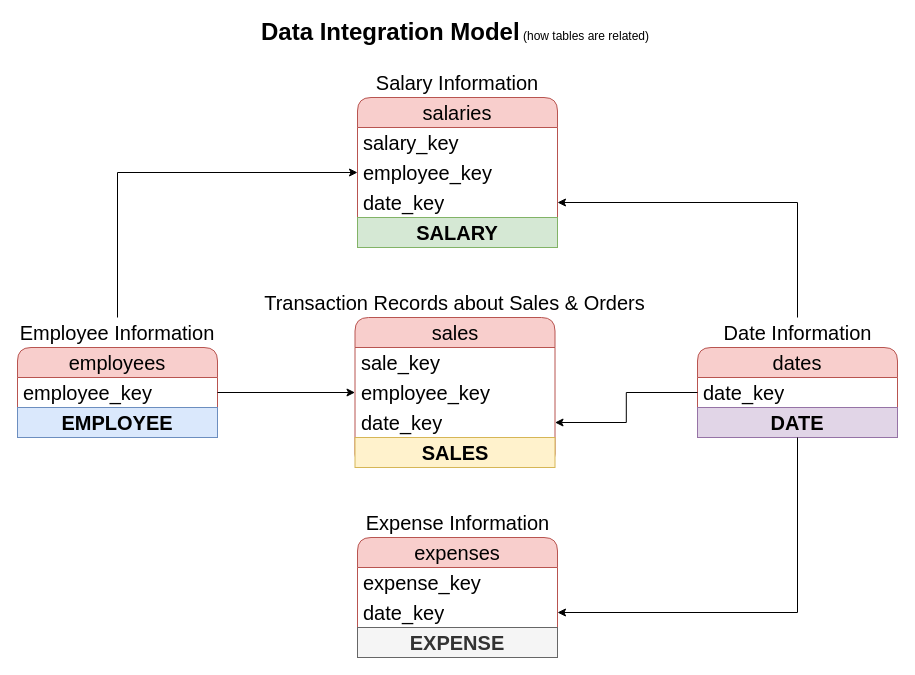
Above: Data Engineer Projects/Sales Data Warehouse/docs/docs/Data Integration Model.drawio in marthag0311/Projects (draw.io), before the change. Source tidied: cells renumbered, new cells numbered last; positions are measured from the earlier drawing's top-left corner, leaving out a move shared by most shapes. Both pictures are drawn from the tidied source at 100%, with x=0, y=0 at pixel (17, 17).
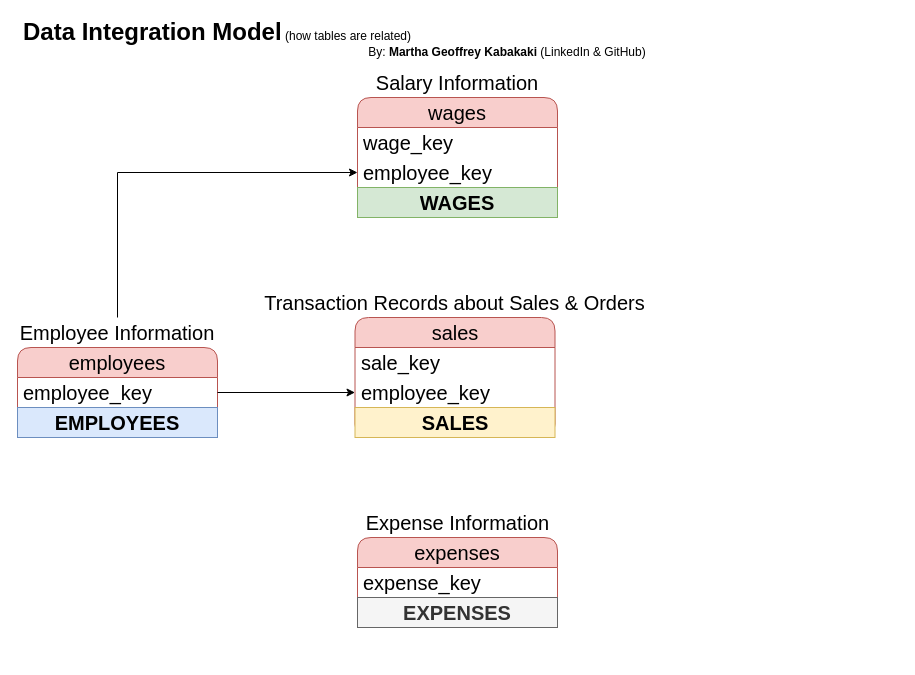
The same diagram, later.

Unchanged cells that the change refers to:
```xml
<mxCell id="20" value="employees" style="swimlane;fontStyle=0;horizontal=1;startSize=30;whiteSpace=wrap;html=1;rounded=1;fillColor=#f8cecc;strokeColor=#b85450;fontSize=20;" parent="1" vertex="1">
  <mxGeometry y="330" width="200" height="90" as="geometry" />
</mxCell>
```

The edit, as a diff of the source:
```diff
@@
     <mxCell id="2" value="&lt;font style=&quot;font-size: 24px;&quot;&gt;&lt;b&gt;Data Integration Model&lt;/b&gt;&lt;/font&gt; (how tables are related)" style="text;html=1;align=center;verticalAlign=middle;whiteSpace=wrap;rounded=0;" parent="1" vertex="1">
-      <mxGeometry x="237.5" width="400" height="30" as="geometry" />
+      <mxGeometry width="400" height="30" as="geometry" />
     </mxCell>
     <mxCell id="3" value="sales" style="swimlane;fontStyle=0;horizontal=1;startSize=30;whiteSpace=wrap;html=1;rounded=1;fillColor=#f8cecc;strokeColor=#b85450;fontSize=20;" parent="1" vertex="1">
-      <mxGeometry x="337.5" y="300" width="200" height="150" as="geometry" />
+      <mxGeometry x="337.5" y="300" width="200" height="120" as="geometry" />
     </mxCell>
@@
-    <mxCell id="6" value="date_key" style="text;strokeColor=none;fillColor=none;align=left;verticalAlign=middle;spacingLeft=4;spacingRight=4;overflow=hidden;points=[[0,0.5],[1,0.5]];portConstraint=eastwest;whiteSpace=wrap;html=1;fontSize=20;" parent="3" vertex="1">
-      <mxGeometry y="90" width="200" height="30" as="geometry" />
-    </mxCell>
     <mxCell id="7" value="&lt;font style=&quot;font-size: 20px;&quot;&gt;&lt;b&gt;SALES&lt;/b&gt;&lt;/font&gt;" style="text;html=1;strokeColor=#d6b656;fillColor=#fff2cc;align=center;verticalAlign=middle;whiteSpace=wrap;overflow=hidden;" parent="3" vertex="1">
-      <mxGeometry y="120" width="200" height="30" as="geometry" />
+      <mxGeometry y="90" width="200" height="30" as="geometry" />
     </mxCell>
@@
     <mxCell id="9" value="expenses" style="swimlane;fontStyle=0;horizontal=1;startSize=30;whiteSpace=wrap;html=1;rounded=1;fillColor=#f8cecc;strokeColor=#b85450;fontSize=20;" parent="1" vertex="1">
-      <mxGeometry x="340" y="520" width="200" height="120" as="geometry" />
+      <mxGeometry x="340" y="520" width="200" height="90" as="geometry" />
     </mxCell>
@@
-    <mxCell id="11" value="date_key" style="text;strokeColor=none;fillColor=none;align=left;verticalAlign=middle;spacingLeft=4;spacingRight=4;overflow=hidden;points=[[0,0.5],[1,0.5]];portConstraint=eastwest;whiteSpace=wrap;html=1;fontSize=20;" parent="9" vertex="1">
-      <mxGeometry y="60" width="200" height="30" as="geometry" />
-    </mxCell>
-    <mxCell id="12" value="&lt;font style=&quot;font-size: 20px;&quot;&gt;&lt;b&gt;EXPENSE&lt;/b&gt;&lt;/font&gt;" style="text;html=1;strokeColor=#666666;fillColor=#f5f5f5;align=center;verticalAlign=middle;whiteSpace=wrap;overflow=hidden;fontColor=#333333;" parent="9" vertex="1">
-      <mxGeometry y="90" width="200" height="30" as="geometry" />
+    <mxCell id="12" value="&lt;font style=&quot;font-size: 20px;&quot;&gt;&lt;b&gt;EXPENSES&lt;/b&gt;&lt;/font&gt;" style="text;html=1;strokeColor=#666666;fillColor=#f5f5f5;align=center;verticalAlign=middle;whiteSpace=wrap;overflow=hidden;fontColor=#333333;" parent="9" vertex="1">
+      <mxGeometry y="60" width="200" height="30" as="geometry" />
     </mxCell>
@@
-    <mxCell id="14" value="salaries" style="swimlane;fontStyle=0;horizontal=1;startSize=30;whiteSpace=wrap;html=1;rounded=1;fillColor=#f8cecc;strokeColor=#b85450;fontSize=20;" parent="1" vertex="1">
-      <mxGeometry x="340" y="80" width="200" height="150" as="geometry" />
+    <mxCell id="14" value="wages" style="swimlane;fontStyle=0;horizontal=1;startSize=30;whiteSpace=wrap;html=1;rounded=1;fillColor=#f8cecc;strokeColor=#b85450;fontSize=20;" parent="1" vertex="1">
+      <mxGeometry x="340" y="80" width="200" height="120" as="geometry" />
     </mxCell>
-    <mxCell id="15" value="salary_key" style="text;strokeColor=none;fillColor=none;align=left;verticalAlign=middle;spacingLeft=4;spacingRight=4;overflow=hidden;whiteSpace=wrap;html=1;fontSize=20;" parent="14" vertex="1">
+    <mxCell id="15" value="wage_key" style="text;strokeColor=none;fillColor=none;align=left;verticalAlign=middle;spacingLeft=4;spacingRight=4;overflow=hidden;whiteSpace=wrap;html=1;fontSize=20;" parent="14" vertex="1">
       <mxGeometry y="30" width="200" height="30" as="geometry" />
     </mxCell>
@@
-    <mxCell id="17" value="date_key" style="text;strokeColor=none;fillColor=none;align=left;verticalAlign=middle;spacingLeft=4;spacingRight=4;overflow=hidden;points=[[0,0.5],[1,0.5]];portConstraint=eastwest;whiteSpace=wrap;html=1;fontSize=20;" parent="14" vertex="1">
-      <mxGeometry y="90" width="200" height="30" as="geometry" />
-    </mxCell>
-    <mxCell id="18" value="&lt;font style=&quot;font-size: 20px;&quot;&gt;&lt;b&gt;SALARY&lt;/b&gt;&lt;/font&gt;" style="text;html=1;strokeColor=#82b366;fillColor=#d5e8d4;align=center;verticalAlign=middle;whiteSpace=wrap;overflow=hidden;" parent="14" vertex="1">
-      <mxGeometry y="120" width="200" height="30" as="geometry" />
+    <mxCell id="18" value="&lt;font style=&quot;font-size: 20px;&quot;&gt;&lt;b&gt;WAGES&lt;/b&gt;&lt;/font&gt;" style="text;html=1;strokeColor=#82b366;fillColor=#d5e8d4;align=center;verticalAlign=middle;whiteSpace=wrap;overflow=hidden;" parent="14" vertex="1">
+      <mxGeometry y="90" width="200" height="30" as="geometry" />
     </mxCell>
@@
-    <mxCell id="22" value="&lt;font style=&quot;font-size: 20px;&quot;&gt;&lt;b&gt;EMPLOYEE&lt;/b&gt;&lt;/font&gt;" style="text;html=1;strokeColor=#6c8ebf;fillColor=#dae8fc;align=center;verticalAlign=middle;whiteSpace=wrap;overflow=hidden;" parent="20" vertex="1">
+    <mxCell id="22" value="&lt;font style=&quot;font-size: 20px;&quot;&gt;&lt;b&gt;EMPLOYEES&lt;/b&gt;&lt;/font&gt;" style="text;html=1;strokeColor=#6c8ebf;fillColor=#dae8fc;align=center;verticalAlign=middle;whiteSpace=wrap;overflow=hidden;" parent="20" vertex="1">
       <mxGeometry y="60" width="200" height="30" as="geometry" />
     </mxCell>
@@
-    <mxCell id="25" value="dates" style="swimlane;fontStyle=0;horizontal=1;startSize=30;whiteSpace=wrap;html=1;rounded=1;fillColor=#f8cecc;strokeColor=#b85450;fontSize=20;" parent="1" vertex="1">
-      <mxGeometry x="680" y="330" width="200" height="90" as="geometry" />
-    </mxCell>
-    <mxCell id="26" value="date_key" style="text;strokeColor=none;fillColor=none;align=left;verticalAlign=middle;spacingLeft=4;spacingRight=4;overflow=hidden;points=[[0,0.5],[1,0.5]];portConstraint=eastwest;whiteSpace=wrap;html=1;fontSize=20;" parent="25" vertex="1">
-      <mxGeometry y="30" width="200" height="30" as="geometry" />
-    </mxCell>
-    <mxCell id="27" value="&lt;font style=&quot;font-size: 20px;&quot;&gt;&lt;b&gt;DATE&lt;/b&gt;&lt;/font&gt;" style="text;html=1;strokeColor=#9673a6;fillColor=#e1d5e7;align=center;verticalAlign=middle;whiteSpace=wrap;overflow=hidden;" parent="25" vertex="1">
-      <mxGeometry y="60" width="200" height="30" as="geometry" />
-    </mxCell>
-    <mxCell id="28" style="edgeStyle=orthogonalEdgeStyle;rounded=0;jettySize=auto;html=1;entryX=1;entryY=0.5;entryDx=0;entryDy=0;" parent="1" edge="1" source="29" target="17">
-      <mxGeometry relative="1" as="geometry" />
-    </mxCell>
-    <mxCell id="29" value="&lt;font style=&quot;font-size: 20px;&quot;&gt;Date Information&lt;/font&gt;" style="text;html=1;align=center;verticalAlign=middle;whiteSpace=wrap;rounded=0;" parent="1" vertex="1">
-      <mxGeometry x="682.5" y="300" width="195" height="30" as="geometry" />
-    </mxCell>
-    <mxCell id="30" style="edgeStyle=orthogonalEdgeStyle;rounded=0;jettySize=auto;html=1;entryX=1;entryY=0.5;entryDx=0;entryDy=0;" parent="1" edge="1" source="26" target="6">
-      <mxGeometry relative="1" as="geometry" />
-    </mxCell>
-    <mxCell id="31" style="edgeStyle=orthogonalEdgeStyle;rounded=0;jettySize=auto;html=1;" parent="1" edge="1" source="27" target="11">
-      <mxGeometry relative="1" as="geometry" />
-    </mxCell>
@@
+    <mxCell id="33" value="By: &lt;b&gt;Martha Geoffrey Kabakaki &lt;/b&gt;(LinkedIn &amp;amp; GitHub)" style="text;html=1;align=center;verticalAlign=middle;whiteSpace=wrap;rounded=0;" parent="1" vertex="1">
+      <mxGeometry x="345" y="20" width="290" height="30" as="geometry" />
+    </mxCell>
```
